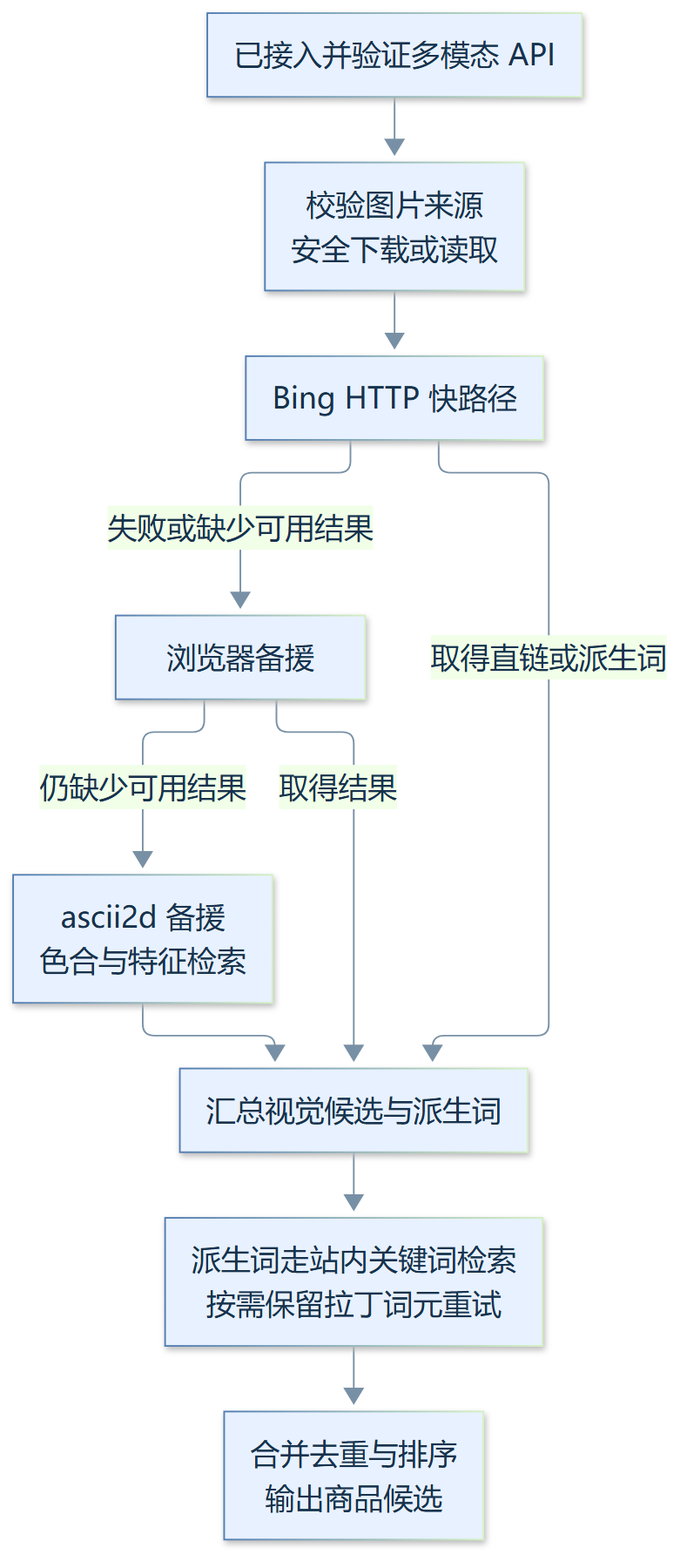
Above: docs/images/reverse-search.png in wuhutakeoffyoo/booth-cli (Mermaid), before the change. Its source is kept beside it as docs/diagrams/reverse-search.mmd.
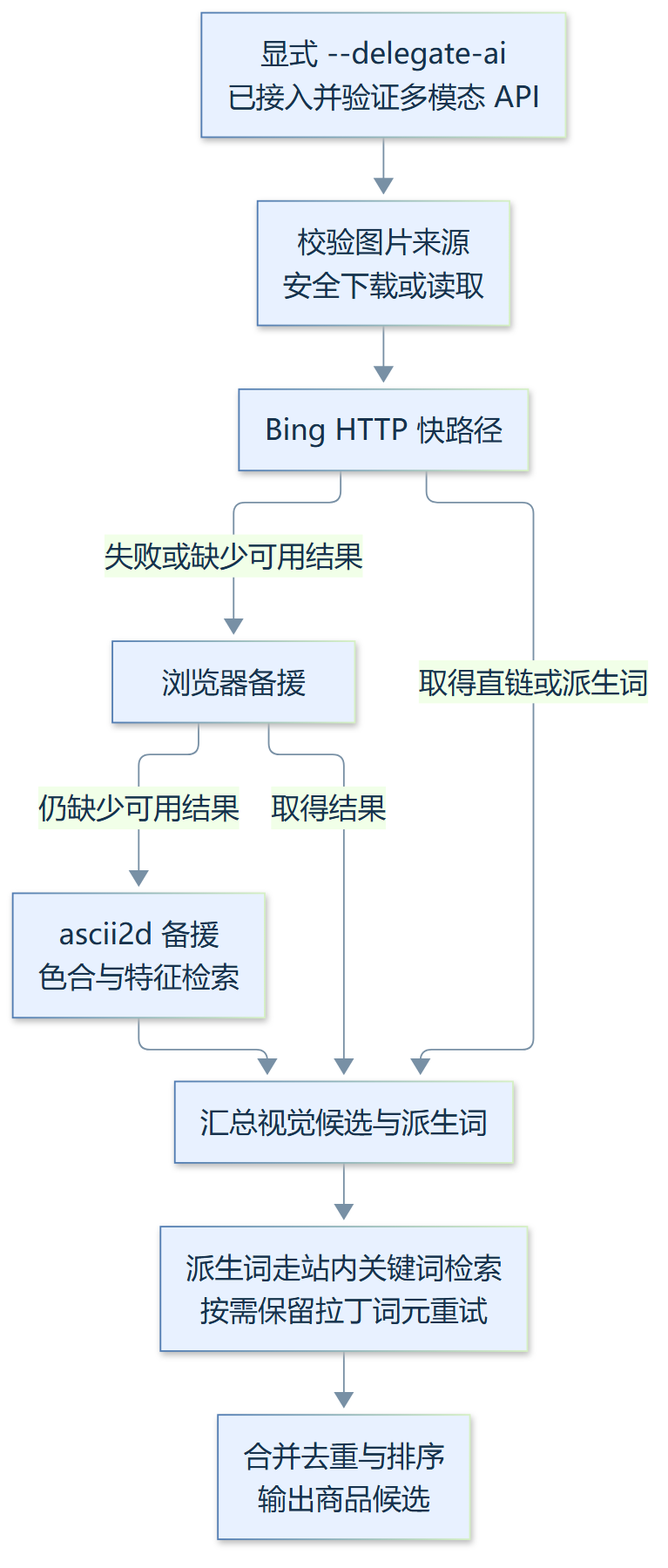
The same file after the commit.

Diff of the diagram source:
```diff
@@ -1,6 +1,6 @@
 %%{init: {"fontFamily":"Microsoft YaHei","fontSize":18,"theme":"base","themeVariables":{"fontFamily":"Microsoft YaHei, Noto Sans CJK SC, sans-serif","fontSize":"18px","primaryColor":"#e8f1ff","primaryBorderColor":"#527db3","primaryTextColor":"#17324d","lineColor":"#7890a5"},"flowchart":{"curve":"basis","wrappingWidth":400,"nodeSpacing":35,"rankSpacing":45}}}%%
 flowchart TD
-    A["已接入并验证多模态 API"] --> B["校验图片来源<br/>安全下载或读取"]
+    A["显式 --delegate-ai<br/>已接入并验证多模态 API"] --> B["校验图片来源<br/>安全下载或读取"]
     B --> C["Bing HTTP 快路径"]
     C -->|"失败或缺少可用结果"| D["浏览器备援"]
     D -->|"仍缺少可用结果"| E["ascii2d 备援<br/>色合与特征检索"]
```
